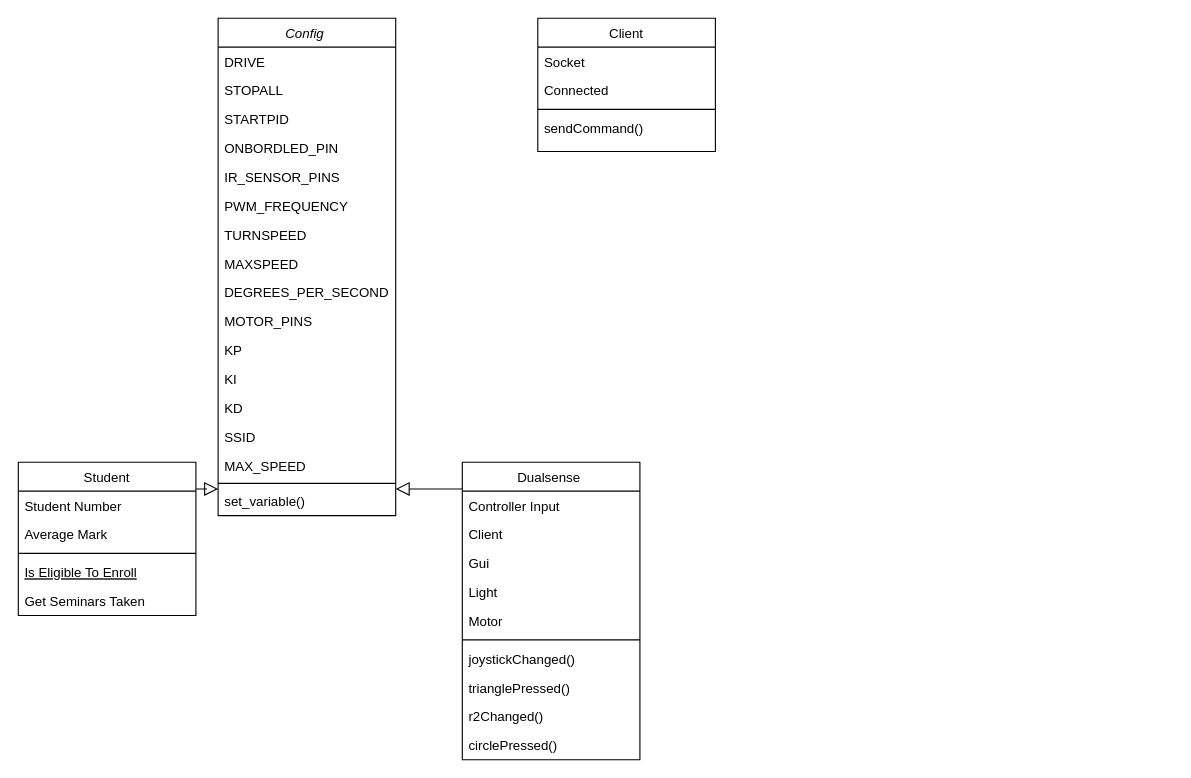
Above: IA.drawio in 0neShot/IA (draw.io), before the change. Source tidied: cells renumbered, new cells numbered last; positions are measured from the earlier drawing's top-left corner, leaving out a move shared by most shapes. Both pictures are drawn from the tidied source at 111%, with x=0, y=0 at pixel (18, 18).
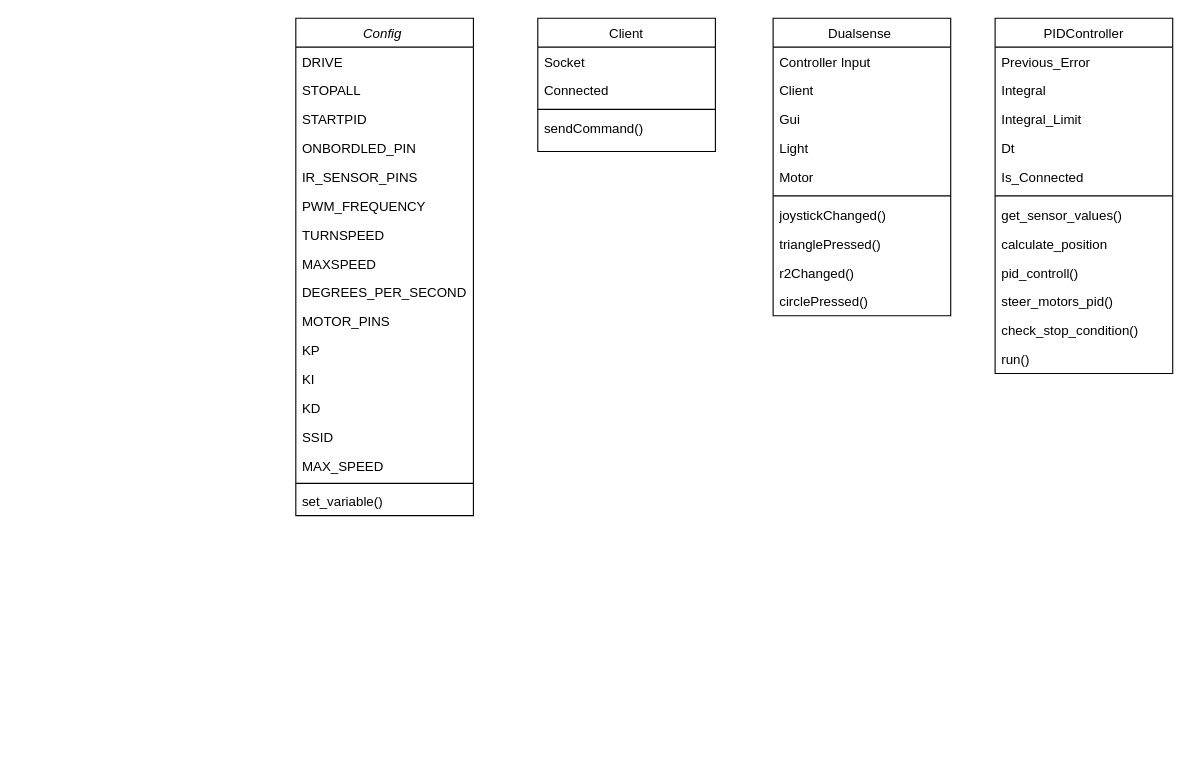
Above is the later version.

What changed in the source:
```diff
@@
     <mxCell id="2" value="Config " style="swimlane;fontStyle=2;align=center;verticalAlign=top;horizontal=1;startSize=26;rounded=0;shadow=0;strokeWidth=1;" parent="1" vertex="1">
-      <mxGeometry x="180" width="160" height="448" as="geometry" />
+      <mxGeometry x="250" width="160" height="448" as="geometry" />
     </mxCell>
@@
-    <mxCell id="20" value="Student" style="swimlane;fontStyle=0;align=center;verticalAlign=top;horizontal=1;startSize=26;rounded=0;shadow=0;strokeWidth=1;" parent="1" vertex="1">
-      <mxGeometry y="400" width="160" height="138" as="geometry" />
+    <mxCell id="20" value="PIDController" style="swimlane;fontStyle=0;align=center;verticalAlign=top;horizontal=1;startSize=26;rounded=0;shadow=0;strokeWidth=1;" parent="1" vertex="1">
+      <mxGeometry x="880" width="160" height="320" as="geometry" />
     </mxCell>
+    <mxCell id="22" value="Previous_Error" style="text;align=left;verticalAlign=top;spacingLeft=4;spacingRight=4;overflow=hidden;rounded=0;shadow=0;html=0;" parent="20" vertex="1">
+      <mxGeometry y="26" width="160" height="26" as="geometry" />
+    </mxCell>
+    <mxCell id="44" value="Integral" style="text;align=left;verticalAlign=top;spacingLeft=4;spacingRight=4;overflow=hidden;rounded=0;shadow=0;html=0;" parent="20" vertex="1">
+      <mxGeometry y="52" width="160" height="26" as="geometry" />
+    </mxCell>
+    <mxCell id="45" value="Integral_Limit" style="text;align=left;verticalAlign=top;spacingLeft=4;spacingRight=4;overflow=hidden;rounded=0;shadow=0;html=0;" parent="20" vertex="1">
+      <mxGeometry y="78" width="160" height="26" as="geometry" />
+    </mxCell>
+    <mxCell id="46" value="Dt " style="text;align=left;verticalAlign=top;spacingLeft=4;spacingRight=4;overflow=hidden;rounded=0;shadow=0;html=0;" parent="20" vertex="1">
+      <mxGeometry y="104" width="160" height="26" as="geometry" />
+    </mxCell>
+    <mxCell id="47" value="Is_Connected" style="text;align=left;verticalAlign=top;spacingLeft=4;spacingRight=4;overflow=hidden;rounded=0;shadow=0;html=0;" parent="20" vertex="1">
+      <mxGeometry y="130" width="160" height="26" as="geometry" />
+    </mxCell>
+    <mxCell id="23" style="line;html=1;strokeWidth=1;align=left;verticalAlign=middle;spacingTop=-1;spacingLeft=3;spacingRight=3;labelPosition=right;" parent="20" vertex="1">
+      <mxGeometry y="156" width="160" height="8" as="geometry" />
+    </mxCell>
-    <mxCell id="21" value="Student Number" style="text;align=left;verticalAlign=top;spacingLeft=4;spacingRight=4;overflow=hidden;" parent="20" vertex="1">
-      <mxGeometry y="26" width="160" height="26" as="geometry" />
+    <mxCell id="21" value="get_sensor_values()" style="text;align=left;verticalAlign=top;spacingLeft=4;spacingRight=4;overflow=hidden;" parent="20" vertex="1">
+      <mxGeometry y="164" width="160" height="26" as="geometry" />
     </mxCell>
-    <mxCell id="22" value="Average Mark" style="text;align=left;verticalAlign=top;spacingLeft=4;spacingRight=4;overflow=hidden;rounded=0;shadow=0;html=0;" parent="20" vertex="1">
-      <mxGeometry y="52" width="160" height="26" as="geometry" />
-    </mxCell>
-    <mxCell id="23" style="line;html=1;strokeWidth=1;align=left;verticalAlign=middle;spacingTop=-1;spacingLeft=3;spacingRight=3;labelPosition=right;" parent="20" vertex="1">
-      <mxGeometry y="78" width="160" height="8" as="geometry" />
-    </mxCell>
-    <mxCell id="24" value="Is Eligible To Enroll" style="text;align=left;verticalAlign=top;spacingLeft=4;spacingRight=4;overflow=hidden;fontStyle=4;" parent="20" vertex="1">
-      <mxGeometry y="86" width="160" height="26" as="geometry" />
+    <mxCell id="24" value="calculate_position" style="text;align=left;verticalAlign=top;spacingLeft=4;spacingRight=4;overflow=hidden;fontStyle=0;" parent="20" vertex="1">
+      <mxGeometry y="190" width="160" height="26" as="geometry" />
     </mxCell>
-    <mxCell id="25" value="Get Seminars Taken" style="text;align=left;verticalAlign=top;spacingLeft=4;spacingRight=4;overflow=hidden;" parent="20" vertex="1">
-      <mxGeometry y="112" width="160" height="26" as="geometry" />
+    <mxCell id="25" value="pid_controll()" style="text;align=left;verticalAlign=top;spacingLeft=4;spacingRight=4;overflow=hidden;" parent="20" vertex="1">
+      <mxGeometry y="216" width="160" height="26" as="geometry" />
     </mxCell>
-    <mxCell id="26" style="endArrow=block;endSize=10;endFill=0;shadow=0;strokeWidth=1;rounded=0;curved=0;edgeStyle=elbowEdgeStyle;elbow=vertical;" parent="1" edge="1" source="20" target="2">
-      <mxGeometry relative="1" as="geometry" />
-    </mxCell>
+    <mxCell id="48" value="steer_motors_pid()" style="text;align=left;verticalAlign=top;spacingLeft=4;spacingRight=4;overflow=hidden;" parent="20" vertex="1">
+      <mxGeometry y="242" width="160" height="26" as="geometry" />
+    </mxCell>
+    <mxCell id="49" value="check_stop_condition()" style="text;align=left;verticalAlign=top;spacingLeft=4;spacingRight=4;overflow=hidden;" parent="20" vertex="1">
+      <mxGeometry y="268" width="160" height="26" as="geometry" />
+    </mxCell>
+    <mxCell id="50" value="run()" style="text;align=left;verticalAlign=top;spacingLeft=4;spacingRight=4;overflow=hidden;" parent="20" vertex="1">
+      <mxGeometry y="294" width="160" height="26" as="geometry" />
+    </mxCell>
     <mxCell id="27" value="Dualsense " style="swimlane;fontStyle=0;align=center;verticalAlign=top;horizontal=1;startSize=26;rounded=0;shadow=0;strokeWidth=1;" parent="1" vertex="1">
-      <mxGeometry x="400" y="400" width="160" height="268" as="geometry" />
+      <mxGeometry x="680" width="160" height="268" as="geometry" />
     </mxCell>
@@
-    <mxCell id="38" style="endArrow=block;endSize=10;endFill=0;shadow=0;strokeWidth=1;rounded=0;curved=0;edgeStyle=elbowEdgeStyle;elbow=vertical;" parent="1" edge="1" source="27" target="2">
-      <mxGeometry relative="1" as="geometry" />
-    </mxCell>
```
